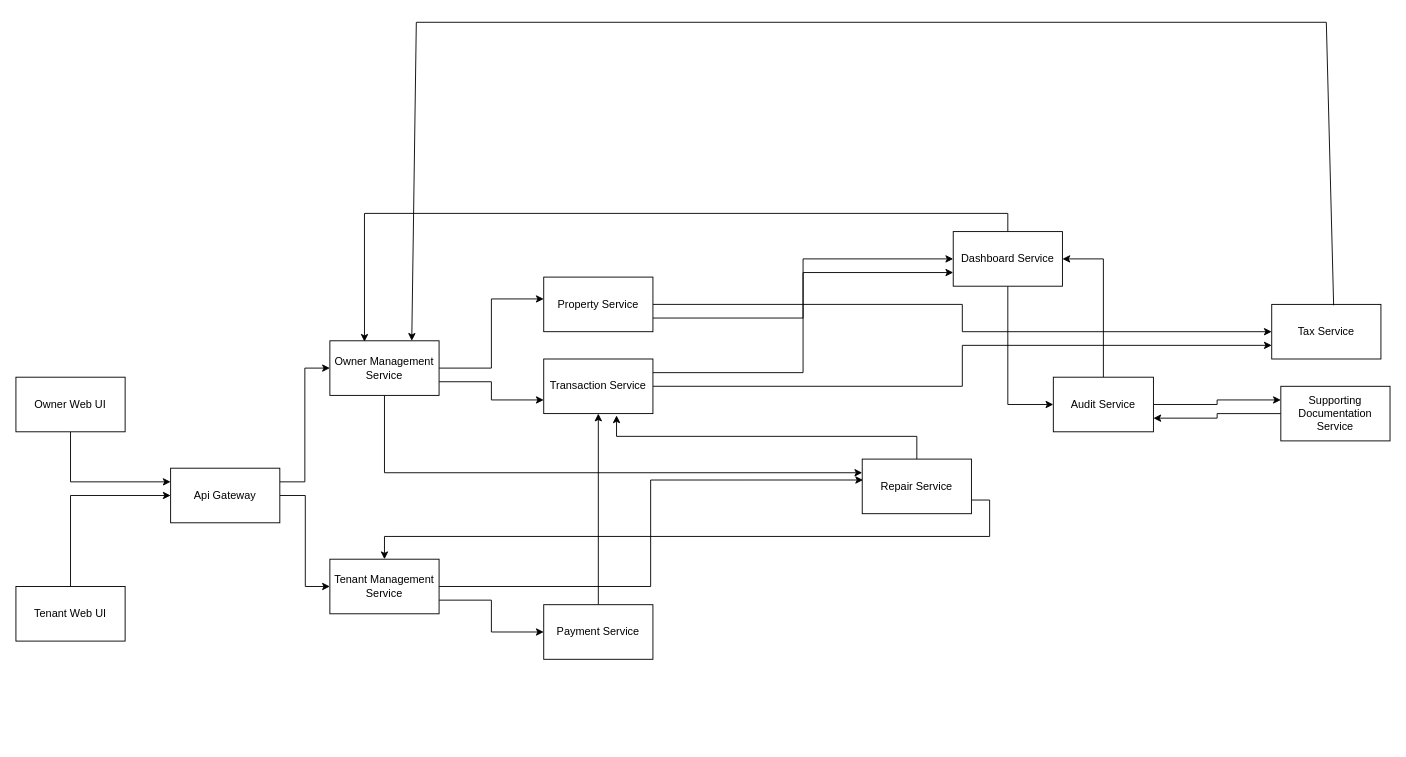
Before: charts/Untitled Diagram.drawio in rhewsoncodes/propManagerSoftware, a draw.io diagram. Source tidied: cells renumbered, new cells numbered last; positions are measured from the earlier drawing's top-left corner, leaving out a move shared by most shapes. Both pictures are drawn from the tidied source at 91%, with x=0, y=0 at pixel (15, 22).
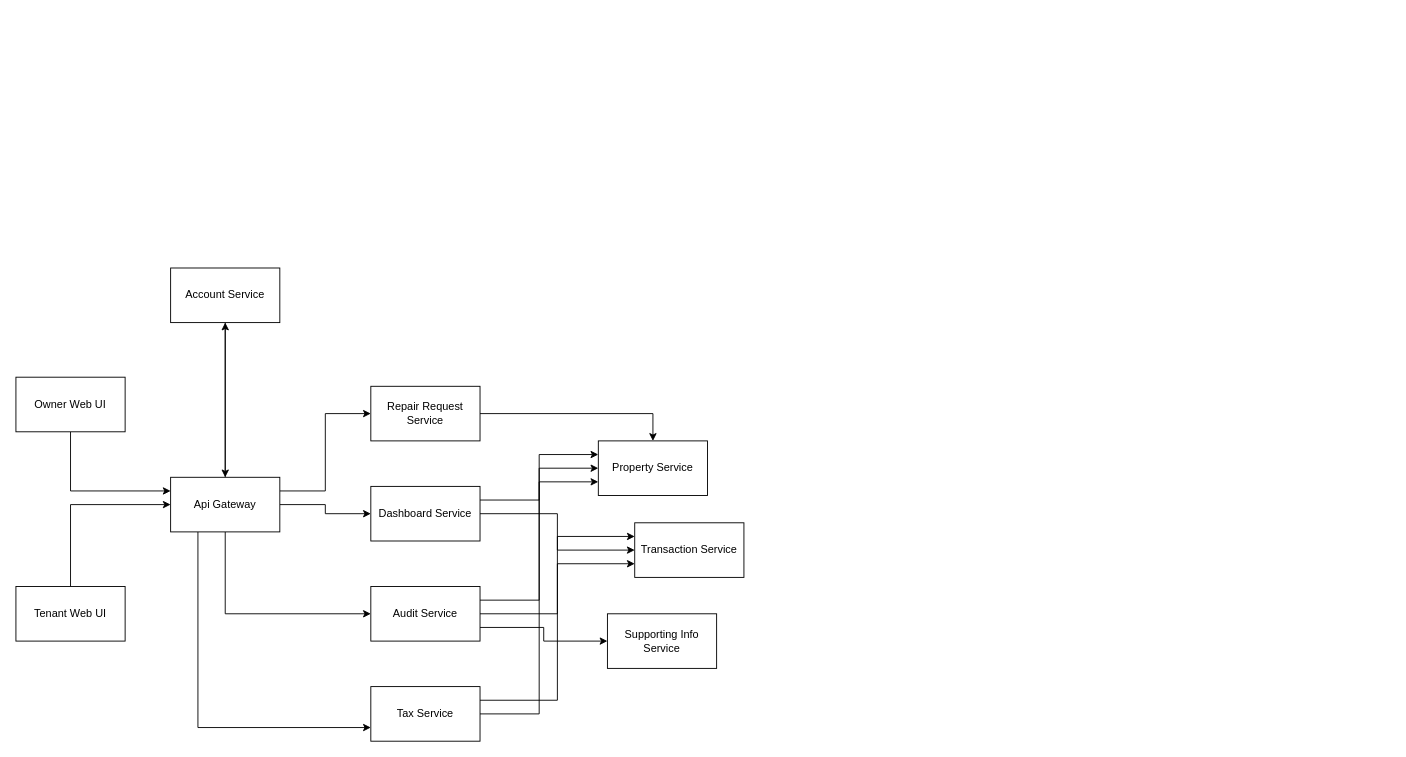
Above is the later version.

Commit message:
updated diagram to be less bad

Diff of the diagram source:
```diff
@@
-    <mxCell id="2" style="edgeStyle=orthogonalEdgeStyle;rounded=0;jettySize=auto;html=1;exitX=1;exitY=0.5;exitDx=0;exitDy=0;entryX=0;entryY=0.5;entryDx=0;entryDy=0;" parent="1" edge="1" source="4" target="7">
-      <mxGeometry relative="1" as="geometry">
-        <Array as="points">
-          <mxPoint x="318" y="520" />
-          <mxPoint x="318" y="620" />
-        </Array>
-      </mxGeometry>
-    </mxCell>
-    <mxCell id="3" style="edgeStyle=orthogonalEdgeStyle;rounded=0;jettySize=auto;html=1;exitX=1;exitY=0.25;exitDx=0;exitDy=0;entryX=0;entryY=0.5;entryDx=0;entryDy=0;" parent="1" edge="1" source="4" target="11">
-      <mxGeometry relative="1" as="geometry" />
-    </mxCell>
+    <mxCell id="37" style="edgeStyle=orthogonalEdgeStyle;rounded=0;jettySize=auto;html=1;entryX=0.5;entryY=1;entryDx=0;entryDy=0;" parent="1" edge="1" source="4" target="45">
+      <mxGeometry relative="1" as="geometry" />
+    </mxCell>
+    <mxCell id="38" style="edgeStyle=orthogonalEdgeStyle;rounded=0;jettySize=auto;html=1;exitX=1;exitY=0.5;exitDx=0;exitDy=0;entryX=0;entryY=0.5;entryDx=0;entryDy=0;" parent="1" edge="1" source="4" target="25">
+      <mxGeometry relative="1" as="geometry" />
+    </mxCell>
+    <mxCell id="39" style="edgeStyle=orthogonalEdgeStyle;rounded=0;jettySize=auto;html=1;exitX=0.5;exitY=1;exitDx=0;exitDy=0;entryX=0;entryY=0.5;entryDx=0;entryDy=0;" parent="1" edge="1" source="4" target="36">
+      <mxGeometry relative="1" as="geometry">
+        <Array as="points">
+          <mxPoint x="230" y="650" />
+        </Array>
+      </mxGeometry>
+    </mxCell>
+    <mxCell id="40" style="edgeStyle=orthogonalEdgeStyle;rounded=0;jettySize=auto;html=1;exitX=0.25;exitY=1;exitDx=0;exitDy=0;entryX=0;entryY=0.75;entryDx=0;entryDy=0;" parent="1" edge="1" source="4" target="22">
+      <mxGeometry relative="1" as="geometry" />
+    </mxCell>
+    <mxCell id="41" style="edgeStyle=orthogonalEdgeStyle;rounded=0;jettySize=auto;html=1;exitX=1;exitY=0.25;exitDx=0;exitDy=0;entryX=0;entryY=0.5;entryDx=0;entryDy=0;" parent="1" edge="1" source="4" target="53">
+      <mxGeometry relative="1" as="geometry" />
+    </mxCell>
     <mxCell id="4" value="Api Gateway&lt;br&gt;" style="rounded=0;whiteSpace=wrap;html=1;" parent="1" vertex="1">
-      <mxGeometry x="170" y="490" width="120" height="60" as="geometry" />
+      <mxGeometry x="170" y="500" width="120" height="60" as="geometry" />
     </mxCell>
-    <mxCell id="5" style="edgeStyle=orthogonalEdgeStyle;rounded=0;jettySize=auto;html=1;exitX=1;exitY=0.5;exitDx=0;exitDy=0;entryX=0.008;entryY=0.383;entryDx=0;entryDy=0;entryPerimeter=0;" parent="1" edge="1" source="7" target="30">
-      <mxGeometry relative="1" as="geometry" />
-    </mxCell>
-    <mxCell id="6" style="edgeStyle=orthogonalEdgeStyle;rounded=0;jettySize=auto;html=1;exitX=1;exitY=0.75;exitDx=0;exitDy=0;" parent="1" edge="1" source="7" target="32">
-      <mxGeometry relative="1" as="geometry" />
-    </mxCell>
-    <mxCell id="7" value="Tenant Management Service&lt;br&gt;" style="rounded=0;whiteSpace=wrap;html=1;" parent="1" vertex="1">
-      <mxGeometry x="345" y="590" width="120" height="60" as="geometry" />
-    </mxCell>
-    <mxCell id="8" style="edgeStyle=orthogonalEdgeStyle;rounded=0;jettySize=auto;html=1;exitX=1;exitY=0.5;exitDx=0;exitDy=0;entryX=0;entryY=0.4;entryDx=0;entryDy=0;entryPerimeter=0;" parent="1" edge="1" source="11" target="18">
-      <mxGeometry relative="1" as="geometry" />
-    </mxCell>
-    <mxCell id="9" style="edgeStyle=orthogonalEdgeStyle;rounded=0;jettySize=auto;html=1;exitX=0.5;exitY=1;exitDx=0;exitDy=0;entryX=0;entryY=0.25;entryDx=0;entryDy=0;" parent="1" edge="1" source="11" target="30">
-      <mxGeometry relative="1" as="geometry" />
-    </mxCell>
-    <mxCell id="10" style="edgeStyle=orthogonalEdgeStyle;rounded=0;jettySize=auto;html=1;exitX=1;exitY=0.75;exitDx=0;exitDy=0;entryX=0;entryY=0.75;entryDx=0;entryDy=0;" parent="1" edge="1" source="11" target="21">
-      <mxGeometry relative="1" as="geometry" />
-    </mxCell>
-    <mxCell id="11" value="Owner Management Service&lt;br&gt;" style="rounded=0;whiteSpace=wrap;html=1;" parent="1" vertex="1">
-      <mxGeometry x="345" y="350" width="120" height="60" as="geometry" />
-    </mxCell>
@@
-    <mxCell id="16" style="edgeStyle=orthogonalEdgeStyle;rounded=0;jettySize=auto;html=1;exitX=1;exitY=0.5;exitDx=0;exitDy=0;entryX=0;entryY=0.5;entryDx=0;entryDy=0;" parent="1" edge="1" source="18" target="22">
-      <mxGeometry relative="1" as="geometry" />
-    </mxCell>
-    <mxCell id="17" style="edgeStyle=orthogonalEdgeStyle;rounded=0;jettySize=auto;html=1;exitX=1;exitY=0.75;exitDx=0;exitDy=0;entryX=0;entryY=0.5;entryDx=0;entryDy=0;" parent="1" edge="1" source="18" target="25">
-      <mxGeometry relative="1" as="geometry" />
-    </mxCell>
+    <mxCell id="42" style="edgeStyle=orthogonalEdgeStyle;rounded=0;jettySize=auto;html=1;exitX=1;exitY=0.25;exitDx=0;exitDy=0;" parent="1" edge="1" source="25" target="18">
+      <mxGeometry relative="1" as="geometry" />
+    </mxCell>
+    <mxCell id="43" style="edgeStyle=orthogonalEdgeStyle;rounded=0;jettySize=auto;html=1;exitX=1;exitY=0.5;exitDx=0;exitDy=0;entryX=0;entryY=0.5;entryDx=0;entryDy=0;" parent="1" edge="1" source="25" target="21">
+      <mxGeometry relative="1" as="geometry" />
+    </mxCell>
+    <mxCell id="25" value="Dashboard Service" style="rounded=0;whiteSpace=wrap;html=1;" parent="1" vertex="1">
+      <mxGeometry x="390" y="510" width="120" height="60" as="geometry" />
+    </mxCell>
+    <mxCell id="21" value="Transaction Service&lt;br&gt;" style="rounded=0;whiteSpace=wrap;html=1;" parent="1" vertex="1">
+      <mxGeometry x="680" y="550" width="120" height="60" as="geometry" />
+    </mxCell>
+    <mxCell id="44" style="edgeStyle=orthogonalEdgeStyle;rounded=0;jettySize=auto;html=1;entryX=0.5;entryY=0;entryDx=0;entryDy=0;" parent="1" edge="1" source="45" target="4">
+      <mxGeometry relative="1" as="geometry" />
+    </mxCell>
+    <mxCell id="45" value="Account Service" style="rounded=0;whiteSpace=wrap;html=1;" parent="1" vertex="1">
+      <mxGeometry x="170" y="270" width="120" height="60" as="geometry" />
+    </mxCell>
+    <mxCell id="46" value="Supporting Info Service" style="rounded=0;whiteSpace=wrap;html=1;" parent="1" vertex="1">
+      <mxGeometry x="650" y="650" width="120" height="60" as="geometry" />
+    </mxCell>
+    <mxCell id="47" style="edgeStyle=orthogonalEdgeStyle;rounded=0;jettySize=auto;html=1;exitX=1;exitY=0.5;exitDx=0;exitDy=0;entryX=0;entryY=0.25;entryDx=0;entryDy=0;" parent="1" edge="1" source="22" target="18">
+      <mxGeometry relative="1" as="geometry" />
+    </mxCell>
+    <mxCell id="48" style="edgeStyle=orthogonalEdgeStyle;rounded=0;jettySize=auto;html=1;exitX=1;exitY=0.25;exitDx=0;exitDy=0;entryX=0;entryY=0.25;entryDx=0;entryDy=0;" parent="1" edge="1" source="22" target="21">
+      <mxGeometry relative="1" as="geometry" />
+    </mxCell>
+    <mxCell id="22" value="Tax Service" style="rounded=0;whiteSpace=wrap;html=1;" parent="1" vertex="1">
+      <mxGeometry x="390" y="730" width="120" height="60" as="geometry" />
+    </mxCell>
+    <mxCell id="49" style="edgeStyle=orthogonalEdgeStyle;rounded=0;jettySize=auto;html=1;exitX=1;exitY=0.5;exitDx=0;exitDy=0;entryX=0;entryY=0.75;entryDx=0;entryDy=0;" parent="1" edge="1" source="36" target="21">
+      <mxGeometry relative="1" as="geometry" />
+    </mxCell>
+    <mxCell id="50" style="edgeStyle=orthogonalEdgeStyle;rounded=0;jettySize=auto;html=1;exitX=1;exitY=0.25;exitDx=0;exitDy=0;entryX=0;entryY=0.75;entryDx=0;entryDy=0;" parent="1" edge="1" source="36" target="18">
+      <mxGeometry relative="1" as="geometry" />
+    </mxCell>
+    <mxCell id="51" style="edgeStyle=orthogonalEdgeStyle;rounded=0;jettySize=auto;html=1;exitX=1;exitY=0.75;exitDx=0;exitDy=0;" parent="1" edge="1" source="36" target="46">
+      <mxGeometry relative="1" as="geometry" />
+    </mxCell>
+    <mxCell id="36" value="Audit Service" style="rounded=0;whiteSpace=wrap;html=1;" parent="1" vertex="1">
+      <mxGeometry x="390" y="620" width="120" height="60" as="geometry" />
+    </mxCell>
-    <mxCell id="18" value="Property Service&lt;br&gt;" style="rounded=0;whiteSpace=wrap;html=1;" parent="1" vertex="1">
-      <mxGeometry x="580" y="280" width="120" height="60" as="geometry" />
+    <mxCell id="18" value="Property Service" style="rounded=0;whiteSpace=wrap;html=1;" parent="1" vertex="1">
+      <mxGeometry x="640" y="460" width="120" height="60" as="geometry" />
     </mxCell>
-    <mxCell id="19" style="edgeStyle=orthogonalEdgeStyle;rounded=0;jettySize=auto;html=1;exitX=1;exitY=0.5;exitDx=0;exitDy=0;entryX=0;entryY=0.75;entryDx=0;entryDy=0;" parent="1" edge="1" source="21" target="22">
-      <mxGeometry relative="1" as="geometry" />
-    </mxCell>
-    <mxCell id="20" style="edgeStyle=orthogonalEdgeStyle;rounded=0;jettySize=auto;html=1;exitX=1;exitY=0.25;exitDx=0;exitDy=0;entryX=0;entryY=0.75;entryDx=0;entryDy=0;" parent="1" edge="1" source="21" target="25">
-      <mxGeometry relative="1" as="geometry">
-        <Array as="points">
-          <mxPoint x="865" y="385" />
-          <mxPoint x="865" y="275" />
-        </Array>
-      </mxGeometry>
-    </mxCell>
-    <mxCell id="21" value="Transaction Service" style="rounded=0;whiteSpace=wrap;html=1;" parent="1" vertex="1">
-      <mxGeometry x="580" y="370" width="120" height="60" as="geometry" />
-    </mxCell>
-    <mxCell id="22" value="Tax Service" style="rounded=0;whiteSpace=wrap;html=1;" parent="1" vertex="1">
-      <mxGeometry x="1380" y="310" width="120" height="60" as="geometry" />
-    </mxCell>
-    <mxCell id="23" style="edgeStyle=orthogonalEdgeStyle;rounded=0;jettySize=auto;html=1;exitX=0.5;exitY=0;exitDx=0;exitDy=0;entryX=0.317;entryY=0.017;entryDx=0;entryDy=0;entryPerimeter=0;" parent="1" edge="1" source="25" target="11">
-      <mxGeometry relative="1" as="geometry" />
-    </mxCell>
-    <mxCell id="24" style="edgeStyle=orthogonalEdgeStyle;rounded=0;jettySize=auto;html=1;exitX=0.5;exitY=1;exitDx=0;exitDy=0;entryX=0;entryY=0.5;entryDx=0;entryDy=0;" parent="1" edge="1" source="25" target="36">
-      <mxGeometry relative="1" as="geometry" />
-    </mxCell>
-    <mxCell id="25" value="Dashboard Service" style="rounded=0;whiteSpace=wrap;html=1;" parent="1" vertex="1">
-      <mxGeometry x="1030" y="230" width="120" height="60" as="geometry" />
-    </mxCell>
-    <mxCell id="26" style="edgeStyle=orthogonalEdgeStyle;rounded=0;jettySize=auto;html=1;entryX=1;entryY=0.75;entryDx=0;entryDy=0;" parent="1" edge="1" source="27" target="36">
-      <mxGeometry relative="1" as="geometry" />
-    </mxCell>
-    <mxCell id="27" value="Supporting Documentation Service" style="rounded=0;whiteSpace=wrap;html=1;" parent="1" vertex="1">
-      <mxGeometry x="1390" y="400" width="120" height="60" as="geometry" />
-    </mxCell>
-    <mxCell id="28" style="edgeStyle=orthogonalEdgeStyle;rounded=0;jettySize=auto;html=1;exitX=1;exitY=0.75;exitDx=0;exitDy=0;entryX=0.5;entryY=0;entryDx=0;entryDy=0;" parent="1" edge="1" source="30" target="7">
-      <mxGeometry relative="1" as="geometry" />
-    </mxCell>
-    <mxCell id="29" style="edgeStyle=orthogonalEdgeStyle;rounded=0;jettySize=auto;html=1;exitX=0.5;exitY=0;exitDx=0;exitDy=0;entryX=0.667;entryY=1.033;entryDx=0;entryDy=0;entryPerimeter=0;" parent="1" edge="1" source="30" target="21">
-      <mxGeometry relative="1" as="geometry" />
-    </mxCell>
-    <mxCell id="30" value="Repair Service" style="rounded=0;whiteSpace=wrap;html=1;" parent="1" vertex="1">
-      <mxGeometry x="930" y="480" width="120" height="60" as="geometry" />
-    </mxCell>
-    <mxCell id="31" style="edgeStyle=orthogonalEdgeStyle;rounded=0;jettySize=auto;html=1;exitX=0.5;exitY=0;exitDx=0;exitDy=0;entryX=0.5;entryY=1;entryDx=0;entryDy=0;" parent="1" edge="1" source="32" target="21">
-      <mxGeometry relative="1" as="geometry" />
-    </mxCell>
-    <mxCell id="32" value="Payment Service" style="rounded=0;whiteSpace=wrap;html=1;" parent="1" vertex="1">
-      <mxGeometry x="580" y="640" width="120" height="60" as="geometry" />
-    </mxCell>
-    <mxCell id="33" style="endArrow=classic;html=1;rounded=0;exitX=0.567;exitY=0.017;exitDx=0;exitDy=0;exitPerimeter=0;entryX=0.75;entryY=0;entryDx=0;entryDy=0;" parent="1" edge="1" source="22" target="11">
-      <mxGeometry relative="1" as="geometry">
-        <Array as="points">
-          <mxPoint x="1440" />
-          <mxPoint x="440" />
-        </Array>
-      </mxGeometry>
-    </mxCell>
-    <mxCell id="34" style="edgeStyle=orthogonalEdgeStyle;rounded=0;jettySize=auto;html=1;exitX=0.5;exitY=0;exitDx=0;exitDy=0;entryX=1;entryY=0.5;entryDx=0;entryDy=0;" parent="1" edge="1" source="36" target="25">
-      <mxGeometry relative="1" as="geometry" />
-    </mxCell>
-    <mxCell id="35" style="edgeStyle=orthogonalEdgeStyle;rounded=0;jettySize=auto;html=1;entryX=0;entryY=0.25;entryDx=0;entryDy=0;" parent="1" edge="1" source="36" target="27">
-      <mxGeometry relative="1" as="geometry" />
-    </mxCell>
-    <mxCell id="36" value="Audit Service" style="rounded=0;whiteSpace=wrap;html=1;" parent="1" vertex="1">
-      <mxGeometry x="1140" y="390" width="110" height="60" as="geometry" />
-    </mxCell>
+    <mxCell id="52" style="edgeStyle=orthogonalEdgeStyle;rounded=0;jettySize=auto;html=1;exitX=1;exitY=0.5;exitDx=0;exitDy=0;entryX=0.5;entryY=0;entryDx=0;entryDy=0;" parent="1" edge="1" source="53" target="18">
+      <mxGeometry relative="1" as="geometry" />
+    </mxCell>
+    <mxCell id="53" value="Repair Request Service" style="rounded=0;whiteSpace=wrap;html=1;" parent="1" vertex="1">
+      <mxGeometry x="390" y="400" width="120" height="60" as="geometry" />
+    </mxCell>
```
